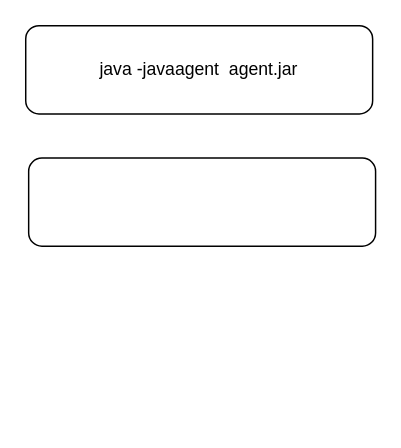
The draw.io diagram java agent初始化过程.drawio in ChrisFynnWang/algorithm, before the edit. Source tidied: cells renumbered, new cells numbered last; positions are measured from the earlier drawing's top-left corner, leaving out a move shared by most shapes. Both pictures are drawn from the tidied source at 147%, with x=0, y=0 at pixel (25, 25).
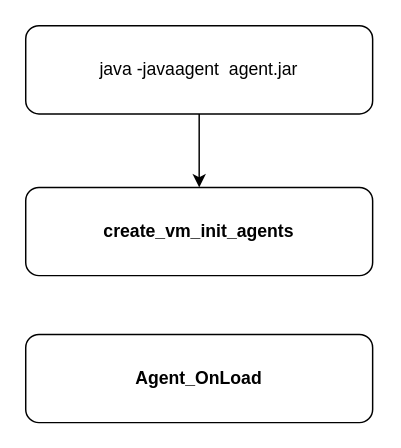
Above is the later version.

Commit message (it also covers changes not shown here):
更新java agent初始化过程.drawio

Change to the diagram source:
```diff
@@
 <mxGraphModel>
   <root>
     <mxCell id="0" />
     <mxCell id="1" parent="0" />
+    <mxCell id="4" style="edgeStyle=orthogonalEdgeStyle;rounded=0;jettySize=auto;html=1;exitX=0.5;exitY=1;exitDx=0;exitDy=0;entryX=0.5;entryY=0;entryDx=0;entryDy=0;" parent="1" edge="1" source="2" target="3">
+      <mxGeometry relative="1" as="geometry" />
+    </mxCell>
     <mxCell id="2" value="java -javaagent&amp;nbsp; agent.jar" style="rounded=1;whiteSpace=wrap;html=1;" parent="1" vertex="1">
       <mxGeometry width="236" height="60" as="geometry" />
     </mxCell>
-    <mxCell id="3" style="rounded=1;whiteSpace=wrap;html=1;" parent="1" vertex="1">
-      <mxGeometry x="2" y="90" width="236" height="60" as="geometry" />
+    <mxCell id="3" value="create_vm_init_agents" style="rounded=1;whiteSpace=wrap;html=1;fontStyle=1;" parent="1" vertex="1">
+      <mxGeometry y="110" width="236" height="60" as="geometry" />
     </mxCell>
+    <mxCell id="5" value="Agent_OnLoad" style="rounded=1;whiteSpace=wrap;html=1;fontStyle=1;" parent="1" vertex="1">
+      <mxGeometry y="210" width="236" height="60" as="geometry" />
+    </mxCell>
   </root>
 </mxGraphModel>
```
